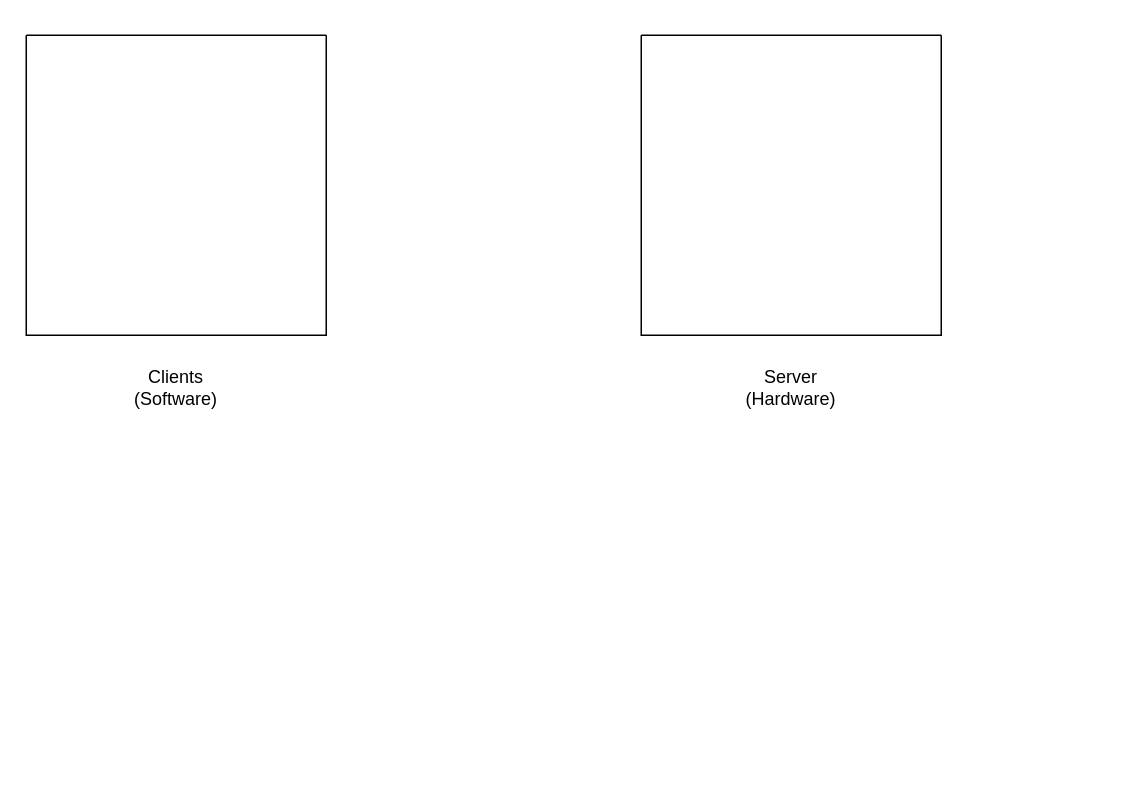
helloworld1921/Fully_Homomorphic_Encryption_Accelerator keeps this draw.io diagram as Design_Overview.drawio. Above is the earlier version. Source tidied: cells renumbered, new cells numbered last; positions are measured from the earlier drawing's top-left corner, leaving out a move shared by most shapes. Both pictures are drawn from the tidied source at 150%, with x=0, y=0 at pixel (26, 34).
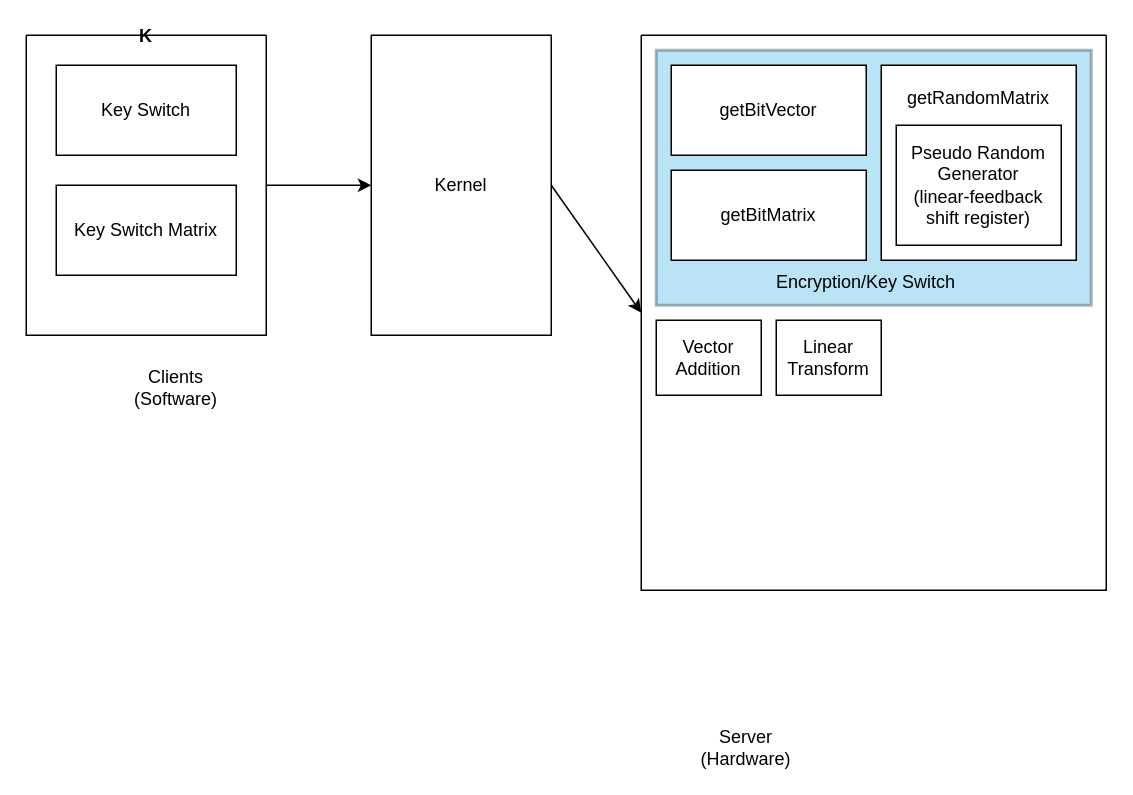
The same page after the edit.

Change to the diagram source:
```diff
@@
 <mxGraphModel>
   <root>
     <mxCell id="0" />
     <mxCell id="1" parent="0" />
-    <mxCell id="2" style="swimlane;startSize=0;" parent="1" vertex="1">
-      <mxGeometry width="200" height="200" as="geometry" />
+    <mxCell id="2" value="K" style="swimlane;startSize=0;" parent="1" vertex="1">
+      <mxGeometry width="160" height="200" as="geometry" />
     </mxCell>
+    <mxCell id="6" value="Key Switch" style="rounded=0;whiteSpace=wrap;html=1;" parent="2" vertex="1">
+      <mxGeometry x="20" y="20" width="120" height="60" as="geometry" />
+    </mxCell>
+    <mxCell id="7" value="Key Switch Matrix" style="rounded=0;whiteSpace=wrap;html=1;" parent="2" vertex="1">
+      <mxGeometry x="20" y="100" width="120" height="60" as="geometry" />
+    </mxCell>
     <mxCell id="3" value="Clients&lt;br&gt;(Software)" style="text;html=1;strokeColor=none;fillColor=none;align=center;verticalAlign=middle;whiteSpace=wrap;rounded=0;" parent="1" vertex="1">
       <mxGeometry x="70" y="220" width="60" height="30" as="geometry" />
     </mxCell>
     <mxCell id="4" style="swimlane;startSize=0;" parent="1" vertex="1">
-      <mxGeometry x="410" width="200" height="200" as="geometry" />
+      <mxGeometry x="410" width="310" height="370" as="geometry" />
     </mxCell>
+    <mxCell id="8" style="rounded=0;whiteSpace=wrap;html=1;opacity=30;fillColor=#1ba1e2;fontColor=#ffffff;strokeColor=#000D14;strokeWidth=2;" parent="4" vertex="1">
+      <mxGeometry x="10" y="10" width="290" height="170" as="geometry" />
+    </mxCell>
+    <mxCell id="9" value="getBitVector" style="rounded=0;whiteSpace=wrap;html=1;" parent="4" vertex="1">
+      <mxGeometry x="20" y="20" width="130" height="60" as="geometry" />
+    </mxCell>
+    <mxCell id="10" value="getBitMatrix" style="rounded=0;whiteSpace=wrap;html=1;" parent="4" vertex="1">
+      <mxGeometry x="20" y="90" width="130" height="60" as="geometry" />
+    </mxCell>
+    <mxCell id="11" value="Vector&lt;br&gt;Addition" style="rounded=0;whiteSpace=wrap;html=1;" parent="4" vertex="1">
+      <mxGeometry x="10" y="190" width="70" height="50" as="geometry" />
+    </mxCell>
+    <mxCell id="12" value="Linear&lt;br&gt;Transform" style="rounded=0;whiteSpace=wrap;html=1;" parent="4" vertex="1">
+      <mxGeometry x="90" y="190" width="70" height="50" as="geometry" />
+    </mxCell>
+    <mxCell id="13" value="Encryption/Key Switch" style="text;html=1;strokeColor=none;fillColor=none;align=center;verticalAlign=middle;whiteSpace=wrap;rounded=0;opacity=30;" parent="4" vertex="1">
+      <mxGeometry x="75" y="150" width="150" height="30" as="geometry" />
+    </mxCell>
+    <mxCell id="14" value="getRandomMatrix&lt;br&gt;&lt;br&gt;&lt;br&gt;&lt;br&gt;&lt;br&gt;&lt;br&gt;&lt;br&gt;" style="rounded=0;whiteSpace=wrap;html=1;strokeWidth=1;" parent="4" vertex="1">
+      <mxGeometry x="160" y="20" width="130" height="130" as="geometry" />
+    </mxCell>
+    <mxCell id="15" value="Pseudo Random Generator &lt;br&gt;(linear-feedback shift register)" style="rounded=0;whiteSpace=wrap;html=1;strokeWidth=1;" parent="4" vertex="1">
+      <mxGeometry x="170" y="60" width="110" height="80" as="geometry" />
+    </mxCell>
     <mxCell id="5" value="Server&lt;br&gt;(Hardware)" style="text;html=1;strokeColor=none;fillColor=none;align=center;verticalAlign=middle;whiteSpace=wrap;rounded=0;" parent="1" vertex="1">
-      <mxGeometry x="480" y="220" width="60" height="30" as="geometry" />
+      <mxGeometry x="450" y="460" width="60" height="30" as="geometry" />
     </mxCell>
+    <mxCell id="16" value="Kernel" style="rounded=0;whiteSpace=wrap;html=1;" parent="1" vertex="1">
+      <mxGeometry x="230" width="120" height="200" as="geometry" />
+    </mxCell>
+    <mxCell id="17" style="endArrow=classic;html=1;rounded=0;exitX=1;exitY=0.5;exitDx=0;exitDy=0;entryX=0;entryY=0.5;entryDx=0;entryDy=0;" parent="1" edge="1" source="2" target="16">
+      <mxGeometry relative="1" as="geometry" />
+    </mxCell>
+    <mxCell id="18" style="endArrow=classic;html=1;rounded=0;exitX=1;exitY=0.5;exitDx=0;exitDy=0;entryX=0;entryY=0.5;entryDx=0;entryDy=0;" parent="1" edge="1" source="16" target="4">
+      <mxGeometry relative="1" as="geometry" />
+    </mxCell>
   </root>
 </mxGraphModel>
```
